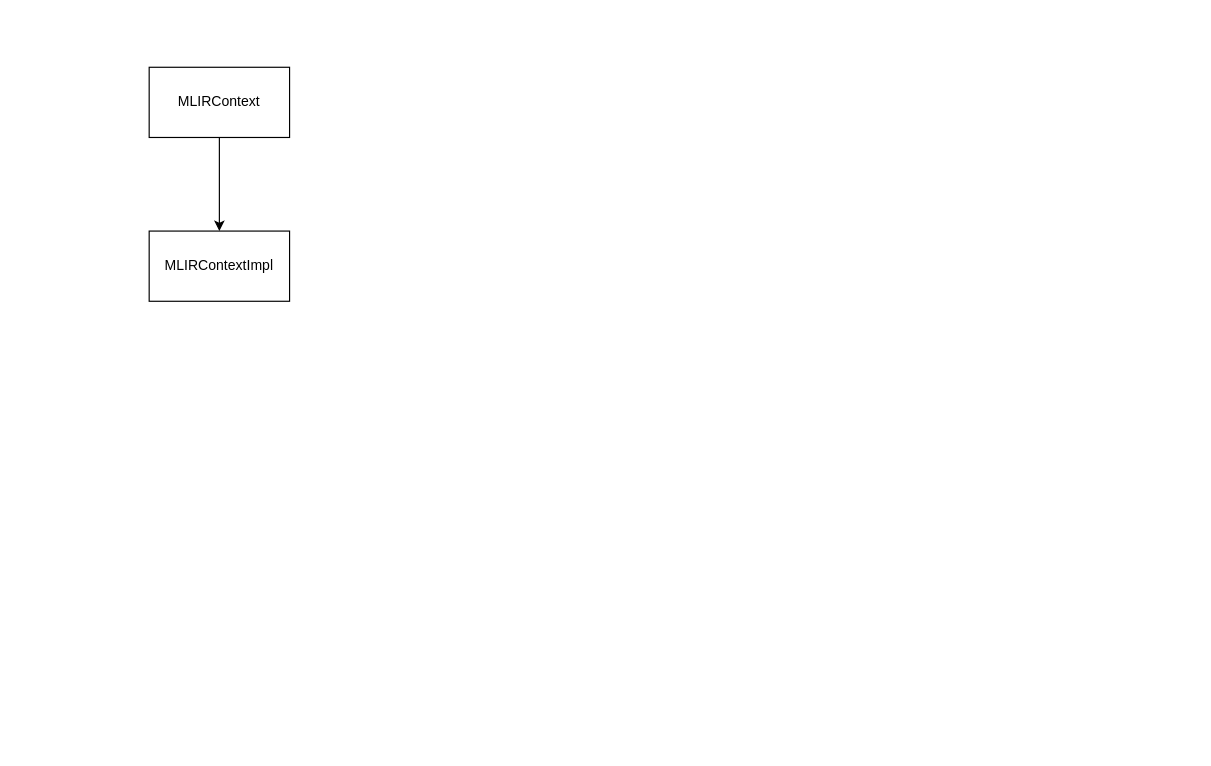
dracohan/jmhan.github.io keeps this draw.io diagram as draw/mlir.drawio. Above is the earlier version. Source tidied: cells renumbered, new cells numbered last; positions are measured from the earlier drawing's top-left corner, leaving out a move shared by most shapes. Both pictures are drawn from the tidied source at 117%, with x=0, y=0 at pixel (149, 67).
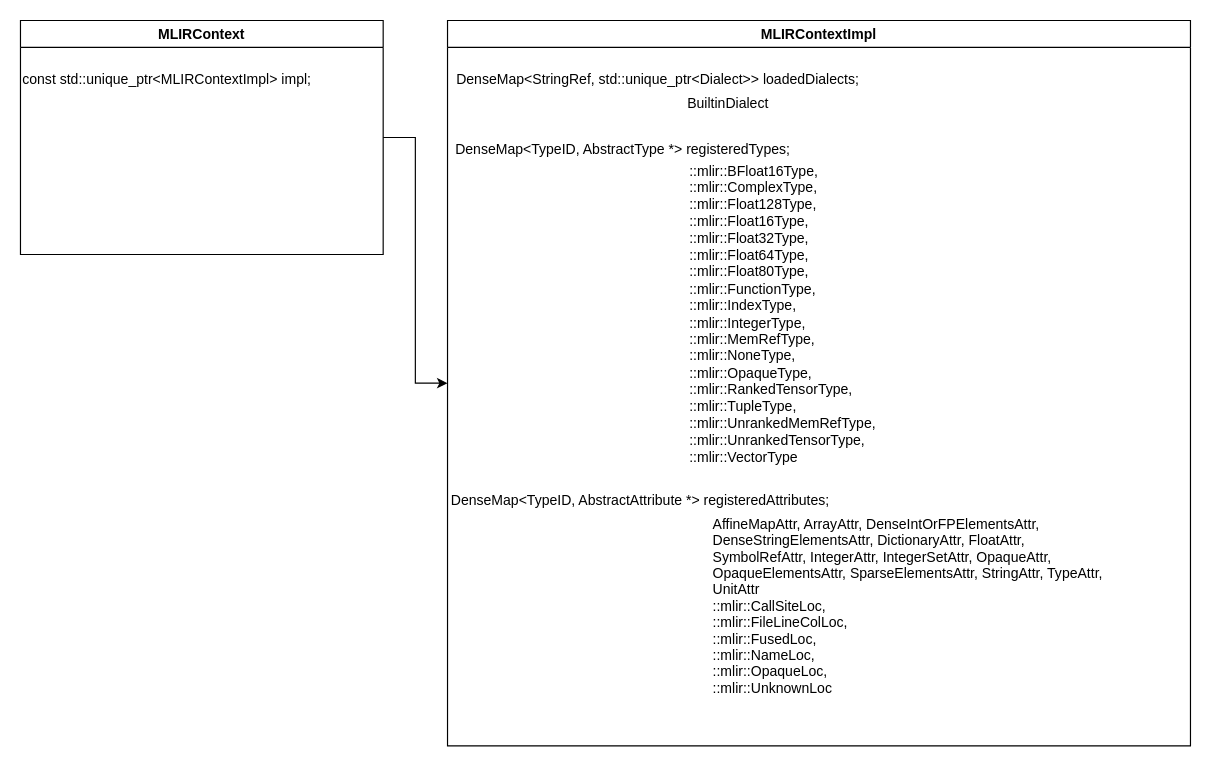
The same page after the edit.

What changed in the source:
```diff
@@
 <mxGraphModel>
   <root>
     <mxCell id="0" />
     <mxCell id="1" parent="0" />
-    <mxCell id="2" style="edgeStyle=orthogonalEdgeStyle;rounded=0;jettySize=auto;html=1;" parent="1" edge="1" source="3" target="4">
+    <mxCell id="2" style="edgeStyle=orthogonalEdgeStyle;rounded=0;jettySize=auto;html=1;exitX=1;exitY=0.5;exitDx=0;exitDy=0;entryX=0;entryY=0.5;entryDx=0;entryDy=0;fontFamily=Helvetica;fontSize=12;fontColor=#000000;" parent="1" edge="1" source="3" target="4">
       <mxGeometry relative="1" as="geometry" />
     </mxCell>
-    <mxCell id="3" value="MLIRContext" style="rounded=0;whiteSpace=wrap;html=1;fillColor=default;" parent="1" vertex="1">
-      <mxGeometry width="120" height="60" as="geometry" />
+    <mxCell id="3" value="MLIRContext" style="swimlane;fontColor=#000000;fillColor=default;startSize=23;" parent="1" vertex="1">
+      <mxGeometry x="-110" y="-40" width="310" height="200" as="geometry" />
     </mxCell>
+    <mxCell id="5" value="const std::unique_ptr&lt;MLIRContextImpl&gt; impl;" style="text;align=left;verticalAlign=middle;strokeColor=none;fillColor=none;fontColor=#000000;" parent="3" vertex="1">
+      <mxGeometry y="40" width="260" height="20" as="geometry" />
+    </mxCell>
-    <mxCell id="4" value="MLIRContextImpl" style="rounded=0;whiteSpace=wrap;html=1;" parent="1" vertex="1">
-      <mxGeometry y="140" width="120" height="60" as="geometry" />
+    <mxCell id="4" value="MLIRContextImpl" style="swimlane;fontColor=#000000;fillColor=default;startSize=23;" parent="1" vertex="1">
+      <mxGeometry x="255" y="-40" width="635" height="620" as="geometry" />
     </mxCell>
+    <mxCell id="6" value="DenseMap&lt;TypeID, AbstractType *&gt; registeredTypes;" style="text;align=left;verticalAlign=middle;strokeColor=none;fillColor=none;fontColor=#000000;" parent="4" vertex="1">
+      <mxGeometry x="5" y="95" width="490" height="30" as="geometry" />
+    </mxCell>
+    <mxCell id="7" value="::mlir::BFloat16Type,&#10;::mlir::ComplexType,&#10;::mlir::Float128Type,&#10;::mlir::Float16Type,&#10;::mlir::Float32Type,&#10;::mlir::Float64Type,&#10;::mlir::Float80Type,&#10;::mlir::FunctionType,&#10;::mlir::IndexType,&#10;::mlir::IntegerType,&#10;::mlir::MemRefType,&#10;::mlir::NoneType,&#10;::mlir::OpaqueType,&#10;::mlir::RankedTensorType,&#10;::mlir::TupleType,&#10;::mlir::UnrankedMemRefType,&#10;::mlir::UnrankedTensorType,&#10;::mlir::VectorType" style="text;whiteSpace=wrap;fontSize=12;fontFamily=Helvetica;fontColor=#000000;" parent="4" vertex="1">
+      <mxGeometry x="205" y="115" width="290" height="270" as="geometry" />
+    </mxCell>
+    <mxCell id="8" value="DenseMap&lt;StringRef, std::unique_ptr&lt;Dialect&gt;&gt; loadedDialects;" style="text;align=center;verticalAlign=middle;strokeColor=none;fillColor=none;fontSize=12;fontFamily=Helvetica;fontColor=#000000;" parent="4" vertex="1">
+      <mxGeometry y="40" width="360" height="20" as="geometry" />
+    </mxCell>
+    <mxCell id="9" value="BuiltinDialect" style="text;align=center;verticalAlign=middle;strokeColor=none;fillColor=none;fontSize=12;fontFamily=Helvetica;fontColor=#000000;" parent="4" vertex="1">
+      <mxGeometry x="165" y="55" width="150" height="30" as="geometry" />
+    </mxCell>
+    <mxCell id="10" value="DenseMap&lt;TypeID, AbstractAttribute *&gt; registeredAttributes;" style="text;align=center;verticalAlign=middle;strokeColor=none;fillColor=none;fontSize=12;fontFamily=Helvetica;fontColor=#000000;" parent="4" vertex="1">
+      <mxGeometry x="-125" y="395" width="580" height="30" as="geometry" />
+    </mxCell>
+    <mxCell id="11" value="AffineMapAttr, ArrayAttr, DenseIntOrFPElementsAttr,&#10;                DenseStringElementsAttr, DictionaryAttr, FloatAttr,&#10;                SymbolRefAttr, IntegerAttr, IntegerSetAttr, OpaqueAttr,&#10;                OpaqueElementsAttr, SparseElementsAttr, StringAttr, TypeAttr,&#10;                UnitAttr&#10;::mlir::CallSiteLoc,&#10;::mlir::FileLineColLoc,&#10;::mlir::FusedLoc,&#10;::mlir::NameLoc,&#10;::mlir::OpaqueLoc,&#10;::mlir::UnknownLoc" style="text;align=left;verticalAlign=middle;strokeColor=none;fillColor=none;fontSize=12;fontFamily=Helvetica;fontColor=#000000;" parent="4" vertex="1">
+      <mxGeometry x="225" y="420" width="350" height="160" as="geometry" />
+    </mxCell>
   </root>
 </mxGraphModel>
```
